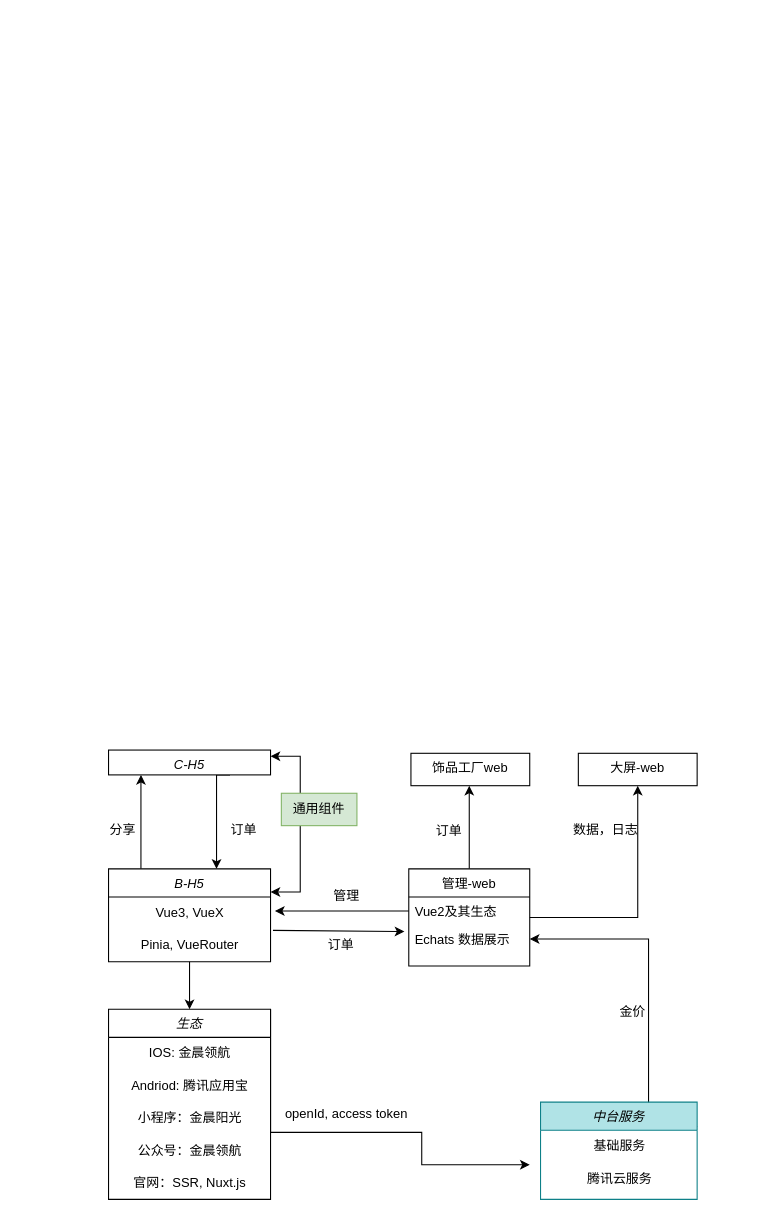
Above: 未命名绘图.drawio in djdeo/book-manager (draw.io), before the change. Source tidied: cells renumbered, new cells numbered last; positions are measured from the earlier drawing's top-left corner, leaving out a move shared by most shapes. Both pictures are drawn from the tidied source at 108%, with x=0, y=0 at pixel (95, 750).
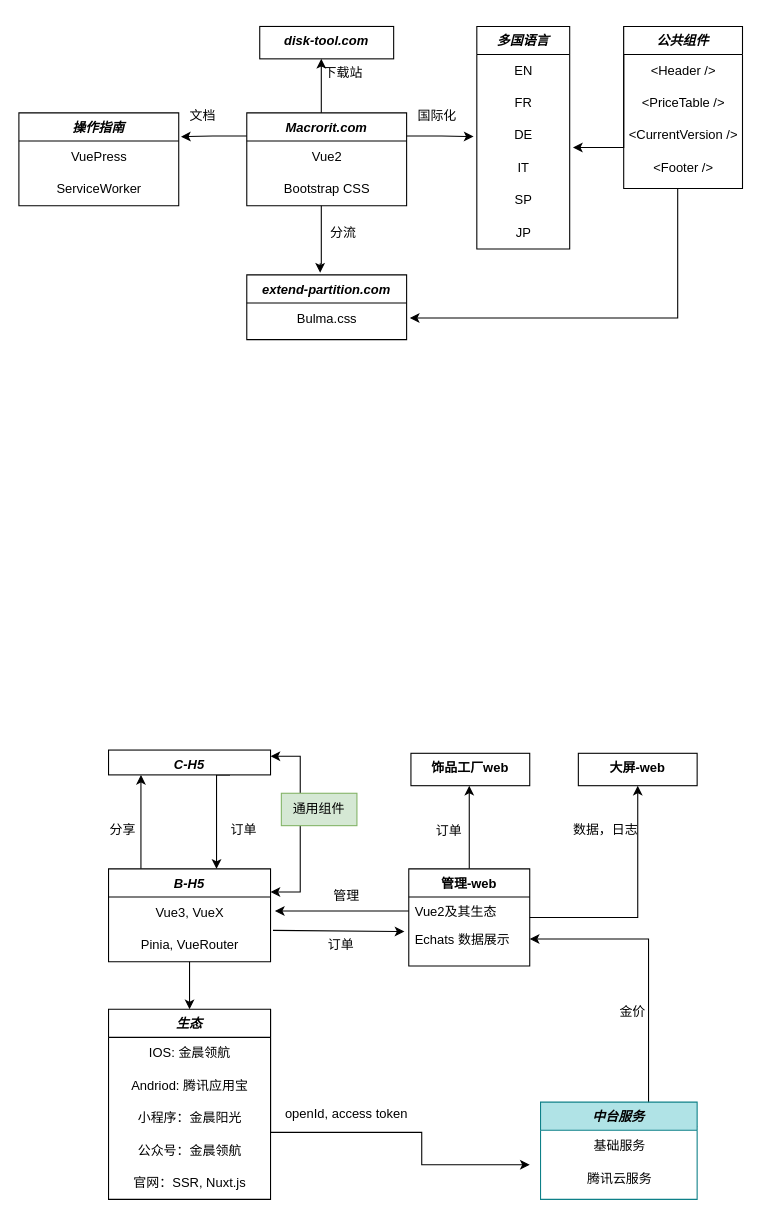
The same diagram, later.

What changed in the source:
```diff
@@
-    <mxCell id="4" value="B-H5" style="swimlane;fontStyle=2;align=center;verticalAlign=top;horizontal=1;startSize=26;rounded=0;shadow=0;strokeWidth=1;" parent="1" vertex="1">
+    <mxCell id="4" value="B-H5" style="swimlane;fontStyle=3;align=center;verticalAlign=top;horizontal=1;startSize=26;rounded=0;shadow=0;strokeWidth=1;" parent="1" vertex="1">
       <mxGeometry x="12" y="110" width="150" height="86" as="geometry" />
     </mxCell>
@@
-    <mxCell id="9" value="管理-web" style="swimlane;fontStyle=0;align=center;verticalAlign=top;horizontal=1;startSize=26;rounded=0;shadow=0;strokeWidth=1;" parent="1" vertex="1">
+    <mxCell id="9" value="管理-web" style="swimlane;fontStyle=1;align=center;verticalAlign=top;horizontal=1;startSize=26;rounded=0;shadow=0;strokeWidth=1;" parent="1" vertex="1">
       <mxGeometry x="290" y="110" width="112" height="90" as="geometry" />
     </mxCell>
@@
-    <mxCell id="16" value="C-H5" style="whiteSpace=wrap;html=1;verticalAlign=top;fontStyle=2;startSize=26;rounded=0;shadow=0;strokeWidth=1;" parent="1" vertex="1">
+    <mxCell id="16" value="&lt;b&gt;C-H5&lt;/b&gt;" style="whiteSpace=wrap;html=1;verticalAlign=top;fontStyle=2;startSize=26;rounded=0;shadow=0;strokeWidth=1;" parent="1" vertex="1">
       <mxGeometry x="12" width="150" height="23" as="geometry" />
     </mxCell>
@@
-    <mxCell id="19" value="饰品工厂web" style="whiteSpace=wrap;html=1;verticalAlign=top;fontStyle=0;startSize=26;rounded=0;shadow=0;strokeWidth=1;" parent="1" vertex="1">
+    <mxCell id="19" value="&lt;b&gt;饰品工厂web&lt;/b&gt;" style="whiteSpace=wrap;html=1;verticalAlign=top;fontStyle=0;startSize=26;rounded=0;shadow=0;strokeWidth=1;" parent="1" vertex="1">
       <mxGeometry x="292" y="3" width="110" height="30" as="geometry" />
     </mxCell>
-    <mxCell id="20" value="大屏-web" style="whiteSpace=wrap;html=1;verticalAlign=top;fontStyle=0;startSize=26;rounded=0;shadow=0;strokeWidth=1;" parent="1" vertex="1">
+    <mxCell id="20" value="&lt;b&gt;大屏-web&lt;/b&gt;" style="whiteSpace=wrap;html=1;verticalAlign=top;fontStyle=0;startSize=26;rounded=0;shadow=0;strokeWidth=1;" parent="1" vertex="1">
       <mxGeometry x="447" y="3" width="110" height="30" as="geometry" />
     </mxCell>
@@
-    <mxCell id="24" value="生态" style="swimlane;fontStyle=2;align=center;verticalAlign=top;horizontal=1;startSize=26;rounded=0;shadow=0;strokeWidth=1;" parent="1" vertex="1">
+    <mxCell id="24" value="生态" style="swimlane;fontStyle=3;align=center;verticalAlign=top;horizontal=1;startSize=26;rounded=0;shadow=0;strokeWidth=1;" parent="1" vertex="1">
       <mxGeometry x="12" y="240" width="150" height="176" as="geometry" />
     </mxCell>
@@
-    <mxCell id="31" value="中台服务" style="swimlane;fontStyle=2;align=center;verticalAlign=top;horizontal=1;startSize=26;rounded=0;shadow=0;strokeWidth=1;fillColor=#b0e3e6;strokeColor=#0e8088;" parent="1" vertex="1">
+    <mxCell id="31" value="中台服务" style="swimlane;fontStyle=3;align=center;verticalAlign=top;horizontal=1;startSize=26;rounded=0;shadow=0;strokeWidth=1;fillColor=#b0e3e6;strokeColor=#0e8088;" parent="1" vertex="1">
       <mxGeometry x="412" y="326" width="145" height="90" as="geometry" />
     </mxCell>
@@
+    <mxCell id="40" style="group;" parent="1" vertex="1">
+      <mxGeometry x="-71" y="-670" width="670" height="290" as="geometry" />
+    </mxCell>
+    <mxCell id="41" value="Macrorit.com&#10;" style="swimlane;fontStyle=3;align=center;verticalAlign=top;horizontal=1;startSize=26;rounded=0;shadow=0;strokeWidth=1;" parent="40" vertex="1">
+      <mxGeometry x="211" y="80" width="148" height="86" as="geometry" />
+    </mxCell>
+    <mxCell id="42" value="Vue2" style="text;html=1;align=center;verticalAlign=middle;strokeColor=none;fillColor=none;" parent="41" vertex="1">
+      <mxGeometry y="26" width="148" height="30" as="geometry" />
+    </mxCell>
+    <mxCell id="43" value="Bootstrap CSS" style="text;html=1;align=center;verticalAlign=middle;strokeColor=none;fillColor=none;" parent="41" vertex="1">
+      <mxGeometry y="56" width="148" height="30" as="geometry" />
+    </mxCell>
+    <mxCell id="44" value="disk-tool.com" style="whiteSpace=wrap;html=1;verticalAlign=top;fontStyle=3;startSize=26;rounded=0;shadow=0;strokeWidth=1;" parent="40" vertex="1">
+      <mxGeometry x="223" width="124" height="30" as="geometry" />
+    </mxCell>
+    <mxCell id="45" style="edgeStyle=orthogonalEdgeStyle;rounded=0;jettySize=auto;html=1;" parent="40" edge="1" source="41" target="44">
+      <mxGeometry relative="1" as="geometry">
+        <Array as="points">
+          <mxPoint x="280" y="50" />
+          <mxPoint x="280" y="50" />
+        </Array>
+      </mxGeometry>
+    </mxCell>
+    <mxCell id="46" value="多国语言" style="swimlane;fontStyle=3;align=center;verticalAlign=top;horizontal=1;startSize=26;rounded=0;shadow=0;strokeWidth=1;" parent="40" vertex="1">
+      <mxGeometry x="424" width="86" height="206" as="geometry" />
+    </mxCell>
+    <mxCell id="47" value="EN" style="text;html=1;align=center;verticalAlign=middle;strokeColor=none;fillColor=none;" parent="46" vertex="1">
+      <mxGeometry y="26" width="86" height="30" as="geometry" />
+    </mxCell>
+    <mxCell id="48" value="FR" style="text;html=1;align=center;verticalAlign=middle;strokeColor=none;fillColor=none;" parent="46" vertex="1">
+      <mxGeometry y="56" width="86" height="30" as="geometry" />
+    </mxCell>
+    <mxCell id="49" value="DE" style="text;html=1;align=center;verticalAlign=middle;points=[];strokeColor=none;fillColor=none;" parent="46" vertex="1">
+      <mxGeometry y="86" width="86" height="30" as="geometry" />
+    </mxCell>
+    <mxCell id="50" value="IT" style="text;html=1;align=center;verticalAlign=middle;points=[];strokeColor=none;fillColor=none;" parent="46" vertex="1">
+      <mxGeometry y="116" width="86" height="30" as="geometry" />
+    </mxCell>
+    <mxCell id="51" value="SP" style="text;html=1;align=center;verticalAlign=middle;strokeColor=none;fillColor=none;" parent="46" vertex="1">
+      <mxGeometry y="146" width="86" height="30" as="geometry" />
+    </mxCell>
+    <mxCell id="52" value="JP" style="text;html=1;align=center;verticalAlign=middle;strokeColor=none;fillColor=none;" parent="46" vertex="1">
+      <mxGeometry y="176" width="86" height="30" as="geometry" />
+    </mxCell>
+    <mxCell id="53" style="edgeStyle=orthogonalEdgeStyle;rounded=0;jettySize=auto;html=1;exitX=1;exitY=0.25;exitDx=0;exitDy=0;entryX=-0.035;entryY=0.533;entryDx=0;entryDy=0;entryPerimeter=0;" parent="40" edge="1" source="41" target="49">
+      <mxGeometry relative="1" as="geometry" />
+    </mxCell>
+    <mxCell id="54" style="edgeStyle=orthogonalEdgeStyle;rounded=0;jettySize=auto;html=1;exitX=0;exitY=0;exitDx=0;exitDy=0;entryX=1.035;entryY=-0.133;entryDx=0;entryDy=0;entryPerimeter=0;" parent="40" edge="1" source="55" target="50">
+      <mxGeometry relative="1" as="geometry">
+        <Array as="points">
+          <mxPoint x="560" y="112" />
+        </Array>
+      </mxGeometry>
+    </mxCell>
+    <mxCell id="55" value="公共组件" style="swimlane;fontStyle=3;align=center;verticalAlign=top;horizontal=1;startSize=26;rounded=0;shadow=0;strokeWidth=1;" parent="40" vertex="1">
+      <mxGeometry x="560" width="110" height="150" as="geometry" />
+    </mxCell>
+    <mxCell id="56" value="&amp;lt;Header /&amp;gt;" style="text;html=1;align=center;verticalAlign=middle;strokeColor=none;fillColor=none;" parent="55" vertex="1">
+      <mxGeometry y="26" width="110" height="30" as="geometry" />
+    </mxCell>
+    <mxCell id="57" value="&amp;lt;PriceTable /&amp;gt;" style="text;html=1;align=center;verticalAlign=middle;strokeColor=none;fillColor=none;" parent="55" vertex="1">
+      <mxGeometry y="56" width="110" height="30" as="geometry" />
+    </mxCell>
+    <mxCell id="58" value="&amp;lt;CurrentVersion /&amp;gt;" style="text;html=1;align=center;verticalAlign=middle;strokeColor=none;fillColor=none;" parent="55" vertex="1">
+      <mxGeometry y="86" width="110" height="30" as="geometry" />
+    </mxCell>
+    <mxCell id="59" value="&amp;lt;Footer /&amp;gt;" style="text;html=1;align=center;verticalAlign=middle;strokeColor=none;fillColor=none;" parent="55" vertex="1">
+      <mxGeometry y="116" width="110" height="30" as="geometry" />
+    </mxCell>
+    <mxCell id="60" value="操作指南" style="swimlane;fontStyle=3;align=center;verticalAlign=top;horizontal=1;startSize=26;rounded=0;shadow=0;strokeWidth=1;" parent="40" vertex="1">
+      <mxGeometry y="80" width="148" height="86" as="geometry" />
+    </mxCell>
+    <mxCell id="61" value="VuePress" style="text;html=1;align=center;verticalAlign=middle;points=[];strokeColor=none;fillColor=none;" parent="60" vertex="1">
+      <mxGeometry y="26" width="148" height="30" as="geometry" />
+    </mxCell>
+    <mxCell id="62" value="ServiceWorker" style="text;html=1;align=center;verticalAlign=middle;strokeColor=none;fillColor=none;" parent="60" vertex="1">
+      <mxGeometry y="56" width="148" height="30" as="geometry" />
+    </mxCell>
+    <mxCell id="63" style="edgeStyle=orthogonalEdgeStyle;rounded=0;jettySize=auto;html=1;exitX=0;exitY=0.25;exitDx=0;exitDy=0;entryX=1.014;entryY=-0.133;entryDx=0;entryDy=0;entryPerimeter=0;" parent="40" edge="1" source="41" target="61">
+      <mxGeometry relative="1" as="geometry" />
+    </mxCell>
+    <mxCell id="64" value="extend-partition.com" style="swimlane;fontStyle=3;align=center;verticalAlign=top;horizontal=1;startSize=26;rounded=0;shadow=0;strokeWidth=1;" parent="40" vertex="1">
+      <mxGeometry x="211" y="230" width="148" height="60" as="geometry" />
+    </mxCell>
+    <mxCell id="65" value="Bulma.css" style="text;html=1;align=center;verticalAlign=middle;points=[];strokeColor=none;fillColor=none;" parent="64" vertex="1">
+      <mxGeometry y="26" width="148" height="30" as="geometry" />
+    </mxCell>
+    <mxCell id="66" style="edgeStyle=orthogonalEdgeStyle;rounded=0;jettySize=auto;html=1;exitX=0.5;exitY=1;exitDx=0;exitDy=0;entryX=1.02;entryY=0.467;entryDx=0;entryDy=0;entryPerimeter=0;" parent="40" edge="1" source="55" target="65">
+      <mxGeometry relative="1" as="geometry">
+        <Array as="points">
+          <mxPoint x="610" y="270" />
+        </Array>
+      </mxGeometry>
+    </mxCell>
+    <mxCell id="67" style="edgeStyle=orthogonalEdgeStyle;rounded=0;jettySize=auto;html=1;entryX=0.459;entryY=-0.033;entryDx=0;entryDy=0;entryPerimeter=0;" parent="40" edge="1" source="41" target="64">
+      <mxGeometry relative="1" as="geometry">
+        <Array as="points">
+          <mxPoint x="280" y="220" />
+          <mxPoint x="279" y="220" />
+        </Array>
+      </mxGeometry>
+    </mxCell>
+    <mxCell id="68" value="下载站" style="text;html=1;align=center;verticalAlign=middle;strokeColor=none;fillColor=none;" parent="40" vertex="1">
+      <mxGeometry x="270" y="28" width="60" height="30" as="geometry" />
+    </mxCell>
+    <mxCell id="69" value="分流" style="text;html=1;align=center;verticalAlign=middle;strokeColor=none;fillColor=none;" parent="40" vertex="1">
+      <mxGeometry x="275" y="176" width="50" height="30" as="geometry" />
+    </mxCell>
+    <mxCell id="70" value="文档" style="text;html=1;align=center;verticalAlign=middle;strokeColor=none;fillColor=none;" parent="40" vertex="1">
+      <mxGeometry x="145" y="68" width="50" height="30" as="geometry" />
+    </mxCell>
+    <mxCell id="71" value="国际化" style="text;html=1;align=center;verticalAlign=middle;strokeColor=none;fillColor=none;" parent="40" vertex="1">
+      <mxGeometry x="357" y="68" width="60" height="30" as="geometry" />
+    </mxCell>
```
